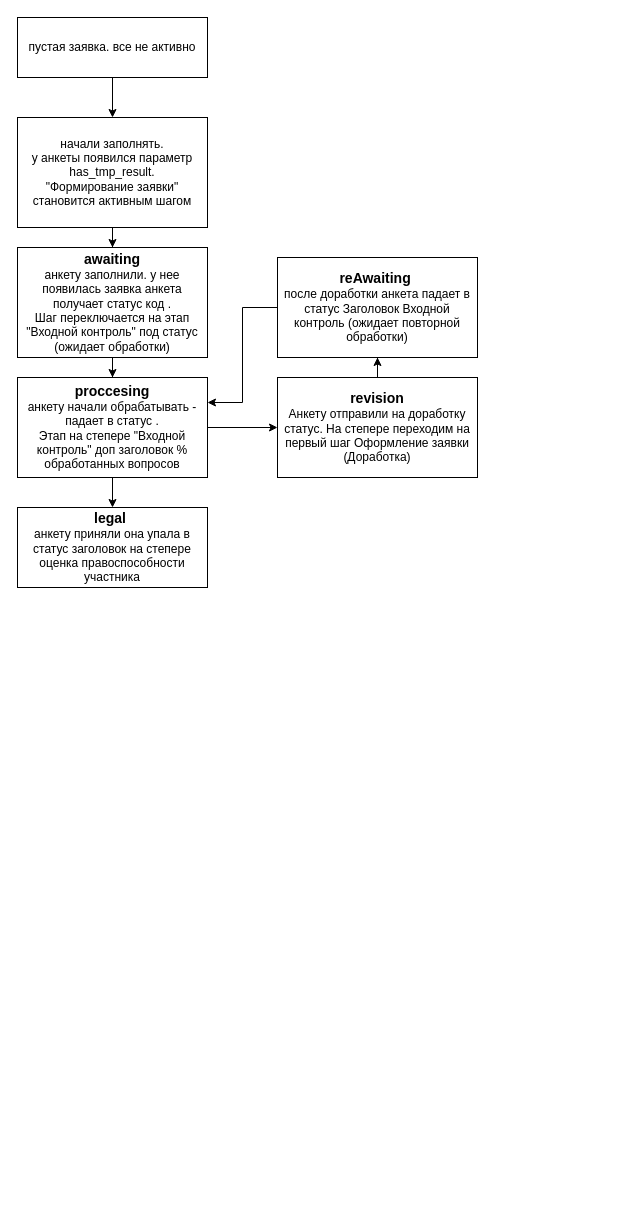
This is Untitled Diagram.drawio from burnJoy/test2, a draw.io file, before an edit. Source tidied: cells renumbered, new cells numbered last; positions are measured from the earlier drawing's top-left corner, leaving out a move shared by most shapes. Both pictures are drawn from the tidied source at 100%, with x=0, y=0 at pixel (17, 17).
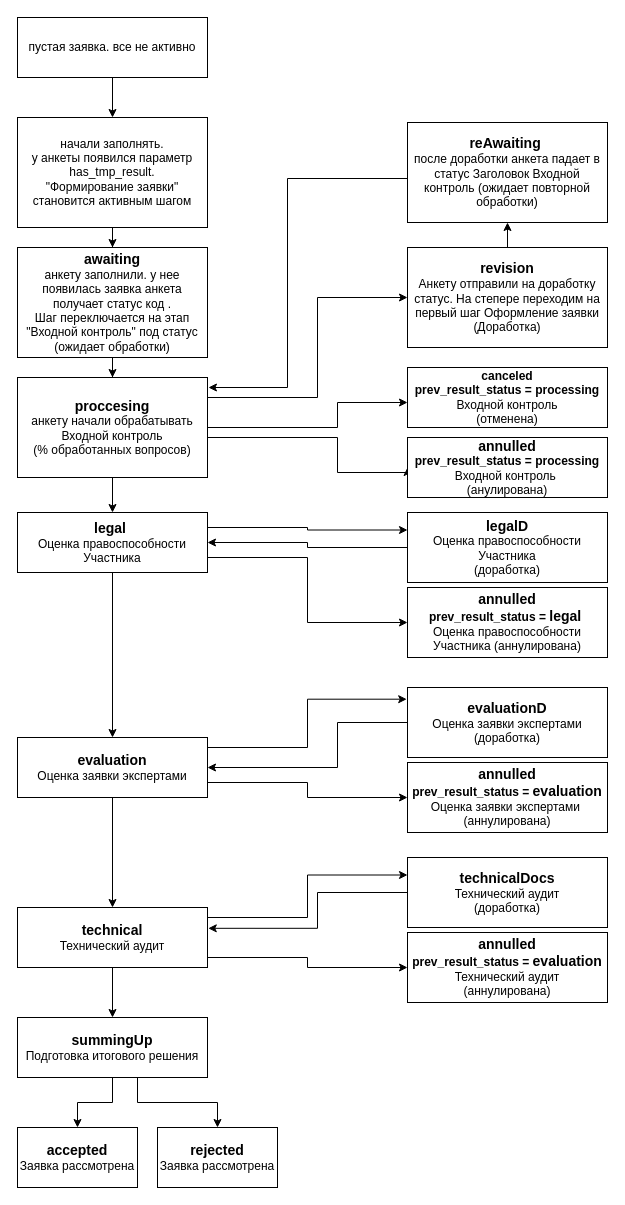
Above is the later version.

The edit, as a diff of the source:
```diff
@@
     <mxCell id="9" style="edgeStyle=orthogonalEdgeStyle;rounded=0;jettySize=auto;html=1;entryX=0;entryY=0.5;entryDx=0;entryDy=0;" parent="1" edge="1" source="10" target="13">
-      <mxGeometry relative="1" as="geometry" />
+      <mxGeometry relative="1" as="geometry">
+        <Array as="points">
+          <mxPoint x="300" y="380" />
+          <mxPoint x="300" y="280" />
+        </Array>
+      </mxGeometry>
     </mxCell>
+    <mxCell id="16" style="edgeStyle=orthogonalEdgeStyle;rounded=0;jettySize=auto;html=1;" parent="1" edge="1" source="10" target="22">
+      <mxGeometry relative="1" as="geometry">
+        <Array as="points">
+          <mxPoint x="320" y="410" />
+          <mxPoint x="320" y="385" />
+        </Array>
+      </mxGeometry>
+    </mxCell>
+    <mxCell id="17" style="edgeStyle=orthogonalEdgeStyle;rounded=0;jettySize=auto;html=1;exitX=1;exitY=0.75;exitDx=0;exitDy=0;entryX=0;entryY=0.5;entryDx=0;entryDy=0;" parent="1" edge="1" source="10" target="21">
+      <mxGeometry relative="1" as="geometry">
+        <Array as="points">
+          <mxPoint x="190" y="420" />
+          <mxPoint x="320" y="420" />
+          <mxPoint x="320" y="455" />
+        </Array>
+      </mxGeometry>
+    </mxCell>
-    <mxCell id="10" value="&lt;b&gt;&lt;font style=&quot;font-size: 14px;&quot;&gt;proccesing&lt;/font&gt;&lt;/b&gt;&lt;br&gt;анкету начали обрабатывать - падает в статус . &lt;br&gt;Этап на степере &quot;Входной контроль&quot; доп заголовок % обработанных вопросов" style="rounded=0;whiteSpace=wrap;html=1;" parent="1" vertex="1">
+    <mxCell id="10" value="&lt;b&gt;&lt;font style=&quot;font-size: 14px;&quot;&gt;proccesing&lt;/font&gt;&lt;/b&gt;&lt;br&gt;анкету начали обрабатывать&lt;br&gt;Входной контроль&lt;br&gt;(% обработанных вопросов)" style="rounded=0;whiteSpace=wrap;html=1;" parent="1" vertex="1">
       <mxGeometry y="360" width="190" height="100" as="geometry" />
     </mxCell>
+    <mxCell id="18" style="edgeStyle=orthogonalEdgeStyle;rounded=0;jettySize=auto;html=1;exitX=1;exitY=0.25;exitDx=0;exitDy=0;entryX=0;entryY=0.25;entryDx=0;entryDy=0;" parent="1" edge="1" source="11" target="24">
+      <mxGeometry relative="1" as="geometry" />
+    </mxCell>
+    <mxCell id="19" style="edgeStyle=orthogonalEdgeStyle;rounded=0;jettySize=auto;html=1;exitX=1;exitY=0.75;exitDx=0;exitDy=0;entryX=0;entryY=0.5;entryDx=0;entryDy=0;" parent="1" edge="1" source="11" target="25">
+      <mxGeometry relative="1" as="geometry" />
+    </mxCell>
+    <mxCell id="20" style="edgeStyle=orthogonalEdgeStyle;rounded=0;jettySize=auto;html=1;entryX=0.5;entryY=0;entryDx=0;entryDy=0;" parent="1" edge="1" source="11" target="28">
+      <mxGeometry relative="1" as="geometry" />
+    </mxCell>
-    <mxCell id="11" value="&lt;b&gt;&lt;font style=&quot;font-size: 14px;&quot;&gt;legal&amp;nbsp;&lt;/font&gt;&lt;/b&gt;&lt;br&gt;анкету приняли она упала в статус заголовок на степере оценка правоспособности участника" style="rounded=0;whiteSpace=wrap;html=1;" parent="1" vertex="1">
-      <mxGeometry y="490" width="190" height="80" as="geometry" />
+    <mxCell id="11" value="&lt;b&gt;&lt;font style=&quot;font-size: 14px;&quot;&gt;legal&amp;nbsp;&lt;/font&gt;&lt;/b&gt;&lt;br&gt;Оценка правоспособности Участника" style="rounded=0;whiteSpace=wrap;html=1;" parent="1" vertex="1">
+      <mxGeometry y="495" width="190" height="60" as="geometry" />
     </mxCell>
@@
     <mxCell id="13" value="&lt;font style=&quot;font-size: 14px;&quot;&gt;&lt;b&gt;revision&lt;br&gt;&lt;/b&gt;&lt;/font&gt;Анкету отправили на доработку статус. На степере переходим на первый шаг Оформление заявки (Доработка)" style="rounded=0;whiteSpace=wrap;html=1;" parent="1" vertex="1">
-      <mxGeometry x="260" y="360" width="200" height="100" as="geometry" />
+      <mxGeometry x="390" y="230" width="200" height="100" as="geometry" />
     </mxCell>
-    <mxCell id="14" style="edgeStyle=orthogonalEdgeStyle;rounded=0;jettySize=auto;html=1;entryX=1;entryY=0.25;entryDx=0;entryDy=0;" parent="1" edge="1" source="15" target="10">
-      <mxGeometry relative="1" as="geometry" />
+    <mxCell id="14" style="edgeStyle=orthogonalEdgeStyle;rounded=0;jettySize=auto;html=1;entryX=1.005;entryY=0.1;entryDx=0;entryDy=0;entryPerimeter=0;" parent="1" edge="1" target="10">
+      <mxGeometry relative="1" as="geometry">
+        <mxPoint x="395" y="160" as="sourcePoint" />
+        <Array as="points">
+          <mxPoint x="395" y="161" />
+          <mxPoint x="270" y="161" />
+          <mxPoint x="270" y="370" />
+        </Array>
+      </mxGeometry>
     </mxCell>
     <mxCell id="15" value="&lt;b&gt;&lt;font style=&quot;font-size: 14px;&quot;&gt;reAwaiting&amp;nbsp;&lt;/font&gt;&lt;/b&gt;&lt;br&gt;после доработки анкета падает в статус Заголовок Входной контроль (ожидает повторной обработки)" style="rounded=0;whiteSpace=wrap;html=1;" parent="1" vertex="1">
-      <mxGeometry x="260" y="240" width="200" height="100" as="geometry" />
+      <mxGeometry x="390" y="105" width="200" height="100" as="geometry" />
     </mxCell>
+    <mxCell id="21" value="&lt;font style=&quot;&quot;&gt;&lt;b style=&quot;&quot;&gt;&lt;font style=&quot;font-size: 14px;&quot;&gt;annulled&lt;br&gt;&lt;/font&gt;&lt;/b&gt;&lt;b style=&quot;border-color: var(--border-color);&quot;&gt;prev_result_status = processing&lt;br style=&quot;border-color: var(--border-color);&quot;&gt;&lt;/b&gt;Входной контроль&amp;nbsp;&lt;br&gt;(анулирована)&lt;br&gt;&lt;/font&gt;" style="rounded=0;whiteSpace=wrap;html=1;" parent="1" vertex="1">
+      <mxGeometry x="390" y="420" width="200" height="60" as="geometry" />
+    </mxCell>
+    <mxCell id="22" value="&lt;b style=&quot;&quot;&gt;canceled&lt;br&gt;prev_result_status = processing&lt;br&gt;&lt;/b&gt;Входной контроль &lt;br&gt;(отменена)" style="rounded=0;whiteSpace=wrap;html=1;" parent="1" vertex="1">
+      <mxGeometry x="390" y="350" width="200" height="60" as="geometry" />
+    </mxCell>
+    <mxCell id="23" style="edgeStyle=orthogonalEdgeStyle;rounded=0;jettySize=auto;html=1;entryX=1;entryY=0.5;entryDx=0;entryDy=0;" parent="1" edge="1" source="24" target="11">
+      <mxGeometry relative="1" as="geometry" />
+    </mxCell>
+    <mxCell id="24" value="&lt;b&gt;&lt;font style=&quot;font-size: 14px;&quot;&gt;legalD&lt;/font&gt;&lt;/b&gt;&lt;br&gt;Оценка правоспособности Участника &lt;br&gt;(доработка)" style="rounded=0;whiteSpace=wrap;html=1;" parent="1" vertex="1">
+      <mxGeometry x="390" y="495" width="200" height="70" as="geometry" />
+    </mxCell>
+    <mxCell id="25" value="&lt;font style=&quot;&quot;&gt;&lt;b style=&quot;&quot;&gt;&lt;font style=&quot;font-size: 14px;&quot;&gt;annulled&lt;br&gt;&lt;/font&gt;&lt;/b&gt;&lt;b style=&quot;border-color: var(--border-color);&quot;&gt;prev_result_status =&amp;nbsp;&lt;b style=&quot;border-color: var(--border-color);&quot;&gt;&lt;font style=&quot;border-color: var(--border-color); font-size: 14px;&quot;&gt;legal&amp;nbsp;&lt;/font&gt;&lt;/b&gt;&lt;br style=&quot;border-color: var(--border-color);&quot;&gt;&lt;/b&gt;Оценка правоспособности Участника (аннулирована)&lt;br&gt;&lt;/font&gt;" style="rounded=0;whiteSpace=wrap;html=1;" parent="1" vertex="1">
+      <mxGeometry x="390" y="570" width="200" height="70" as="geometry" />
+    </mxCell>
+    <mxCell id="26" style="edgeStyle=orthogonalEdgeStyle;rounded=0;jettySize=auto;html=1;exitX=1;exitY=0.75;exitDx=0;exitDy=0;entryX=0;entryY=0.5;entryDx=0;entryDy=0;" parent="1" edge="1" source="28" target="31">
+      <mxGeometry relative="1" as="geometry" />
+    </mxCell>
+    <mxCell id="27" style="edgeStyle=orthogonalEdgeStyle;rounded=0;jettySize=auto;html=1;entryX=0.5;entryY=0;entryDx=0;entryDy=0;" parent="1" edge="1" source="28" target="36">
+      <mxGeometry relative="1" as="geometry" />
+    </mxCell>
+    <mxCell id="28" value="&lt;b&gt;&lt;font style=&quot;font-size: 14px;&quot;&gt;evaluation&lt;/font&gt;&lt;/b&gt;&lt;br&gt;Оценка заявки экспертами" style="rounded=0;whiteSpace=wrap;html=1;" parent="1" vertex="1">
+      <mxGeometry y="720" width="190" height="60" as="geometry" />
+    </mxCell>
+    <mxCell id="29" style="edgeStyle=orthogonalEdgeStyle;rounded=0;jettySize=auto;html=1;entryX=1;entryY=0.5;entryDx=0;entryDy=0;" parent="1" edge="1" source="30" target="28">
+      <mxGeometry relative="1" as="geometry">
+        <Array as="points">
+          <mxPoint x="320" y="705" />
+          <mxPoint x="320" y="750" />
+        </Array>
+      </mxGeometry>
+    </mxCell>
+    <mxCell id="30" value="&lt;b style=&quot;border-color: var(--border-color);&quot;&gt;&lt;font style=&quot;border-color: var(--border-color); font-size: 14px;&quot;&gt;evaluationD&lt;/font&gt;&lt;/b&gt;&lt;br&gt;Оценка заявки экспертами &lt;br&gt;(доработка)" style="rounded=0;whiteSpace=wrap;html=1;" parent="1" vertex="1">
+      <mxGeometry x="390" y="670" width="200" height="70" as="geometry" />
+    </mxCell>
+    <mxCell id="31" value="&lt;font style=&quot;&quot;&gt;&lt;b style=&quot;&quot;&gt;&lt;font style=&quot;font-size: 14px;&quot;&gt;annulled&lt;br&gt;&lt;/font&gt;&lt;/b&gt;&lt;b style=&quot;border-color: var(--border-color);&quot;&gt;prev_result_status =&amp;nbsp;&lt;b style=&quot;border-color: var(--border-color);&quot;&gt;&lt;font style=&quot;border-color: var(--border-color); font-size: 14px;&quot;&gt;evaluation&lt;/font&gt;&lt;/b&gt;&lt;br style=&quot;border-color: var(--border-color);&quot;&gt;&lt;/b&gt;Оценка заявки экспертами&amp;nbsp;&lt;br&gt;(аннулирована)&lt;br&gt;&lt;/font&gt;" style="rounded=0;whiteSpace=wrap;html=1;" parent="1" vertex="1">
+      <mxGeometry x="390" y="745" width="200" height="70" as="geometry" />
+    </mxCell>
+    <mxCell id="32" style="edgeStyle=orthogonalEdgeStyle;rounded=0;jettySize=auto;html=1;entryX=-0.004;entryY=0.167;entryDx=0;entryDy=0;entryPerimeter=0;" parent="1" edge="1" source="28" target="30">
+      <mxGeometry relative="1" as="geometry">
+        <Array as="points">
+          <mxPoint x="290" y="730" />
+          <mxPoint x="290" y="682" />
+        </Array>
+      </mxGeometry>
+    </mxCell>
+    <mxCell id="33" style="edgeStyle=orthogonalEdgeStyle;rounded=0;jettySize=auto;html=1;entryX=0;entryY=0.25;entryDx=0;entryDy=0;" parent="1" edge="1" source="36" target="37">
+      <mxGeometry relative="1" as="geometry">
+        <Array as="points">
+          <mxPoint x="290" y="900" />
+          <mxPoint x="290" y="858" />
+        </Array>
+      </mxGeometry>
+    </mxCell>
+    <mxCell id="34" style="edgeStyle=orthogonalEdgeStyle;rounded=0;jettySize=auto;html=1;" parent="1" edge="1" source="36" target="38">
+      <mxGeometry relative="1" as="geometry">
+        <Array as="points">
+          <mxPoint x="290" y="940" />
+          <mxPoint x="290" y="950" />
+        </Array>
+      </mxGeometry>
+    </mxCell>
+    <mxCell id="35" style="edgeStyle=orthogonalEdgeStyle;rounded=0;jettySize=auto;html=1;" parent="1" edge="1" source="36" target="42">
+      <mxGeometry relative="1" as="geometry" />
+    </mxCell>
+    <mxCell id="36" value="&lt;b&gt;&lt;font style=&quot;font-size: 14px;&quot;&gt;technical&lt;/font&gt;&lt;/b&gt;&lt;br&gt;Технический аудит" style="rounded=0;whiteSpace=wrap;html=1;" parent="1" vertex="1">
+      <mxGeometry y="890" width="190" height="60" as="geometry" />
+    </mxCell>
+    <mxCell id="37" value="&lt;b style=&quot;border-color: var(--border-color);&quot;&gt;&lt;font style=&quot;border-color: var(--border-color); font-size: 14px;&quot;&gt;technicalDocs&lt;/font&gt;&lt;/b&gt;&lt;br&gt;Технический аудит&lt;br&gt;(доработка)" style="rounded=0;whiteSpace=wrap;html=1;" parent="1" vertex="1">
+      <mxGeometry x="390" y="840" width="200" height="70" as="geometry" />
+    </mxCell>
+    <mxCell id="38" value="&lt;font style=&quot;&quot;&gt;&lt;b style=&quot;&quot;&gt;&lt;font style=&quot;font-size: 14px;&quot;&gt;annulled&lt;br&gt;&lt;/font&gt;&lt;/b&gt;&lt;b style=&quot;border-color: var(--border-color);&quot;&gt;prev_result_status =&amp;nbsp;&lt;b style=&quot;border-color: var(--border-color);&quot;&gt;&lt;font style=&quot;border-color: var(--border-color); font-size: 14px;&quot;&gt;evaluation&lt;/font&gt;&lt;/b&gt;&lt;br style=&quot;border-color: var(--border-color);&quot;&gt;&lt;/b&gt;Технический аудит&lt;br&gt;(аннулирована)&lt;br&gt;&lt;/font&gt;" style="rounded=0;whiteSpace=wrap;html=1;" parent="1" vertex="1">
+      <mxGeometry x="390" y="915" width="200" height="70" as="geometry" />
+    </mxCell>
+    <mxCell id="39" style="edgeStyle=orthogonalEdgeStyle;rounded=0;jettySize=auto;html=1;entryX=1.004;entryY=0.347;entryDx=0;entryDy=0;entryPerimeter=0;" parent="1" edge="1" source="37" target="36">
+      <mxGeometry relative="1" as="geometry">
+        <Array as="points">
+          <mxPoint x="300" y="875" />
+          <mxPoint x="300" y="911" />
+        </Array>
+      </mxGeometry>
+    </mxCell>
+    <mxCell id="40" style="edgeStyle=orthogonalEdgeStyle;rounded=0;jettySize=auto;html=1;entryX=0.5;entryY=0;entryDx=0;entryDy=0;" parent="1" edge="1" source="42" target="43">
+      <mxGeometry relative="1" as="geometry" />
+    </mxCell>
+    <mxCell id="41" style="edgeStyle=orthogonalEdgeStyle;rounded=0;jettySize=auto;html=1;entryX=0.5;entryY=0;entryDx=0;entryDy=0;" parent="1" edge="1" source="42" target="44">
+      <mxGeometry relative="1" as="geometry">
+        <Array as="points">
+          <mxPoint x="120" y="1085" />
+          <mxPoint x="200" y="1085" />
+        </Array>
+      </mxGeometry>
+    </mxCell>
+    <mxCell id="42" value="&lt;b&gt;&lt;font style=&quot;font-size: 14px;&quot;&gt;summingUp&lt;/font&gt;&lt;/b&gt;&lt;br&gt;Подготовка итогового решения" style="rounded=0;whiteSpace=wrap;html=1;" parent="1" vertex="1">
+      <mxGeometry y="1000" width="190" height="60" as="geometry" />
+    </mxCell>
+    <mxCell id="43" value="&lt;b&gt;&lt;font style=&quot;font-size: 14px;&quot;&gt;accepted&lt;/font&gt;&lt;/b&gt;&lt;br&gt;Заявка рассмотрена" style="rounded=0;whiteSpace=wrap;html=1;" parent="1" vertex="1">
+      <mxGeometry y="1110" width="120" height="60" as="geometry" />
+    </mxCell>
+    <mxCell id="44" value="&lt;b&gt;&lt;font style=&quot;font-size: 14px;&quot;&gt;rejected&lt;/font&gt;&lt;/b&gt;&lt;br&gt;Заявка рассмотрена" style="rounded=0;whiteSpace=wrap;html=1;" parent="1" vertex="1">
+      <mxGeometry x="140" y="1110" width="120" height="60" as="geometry" />
+    </mxCell>
```
